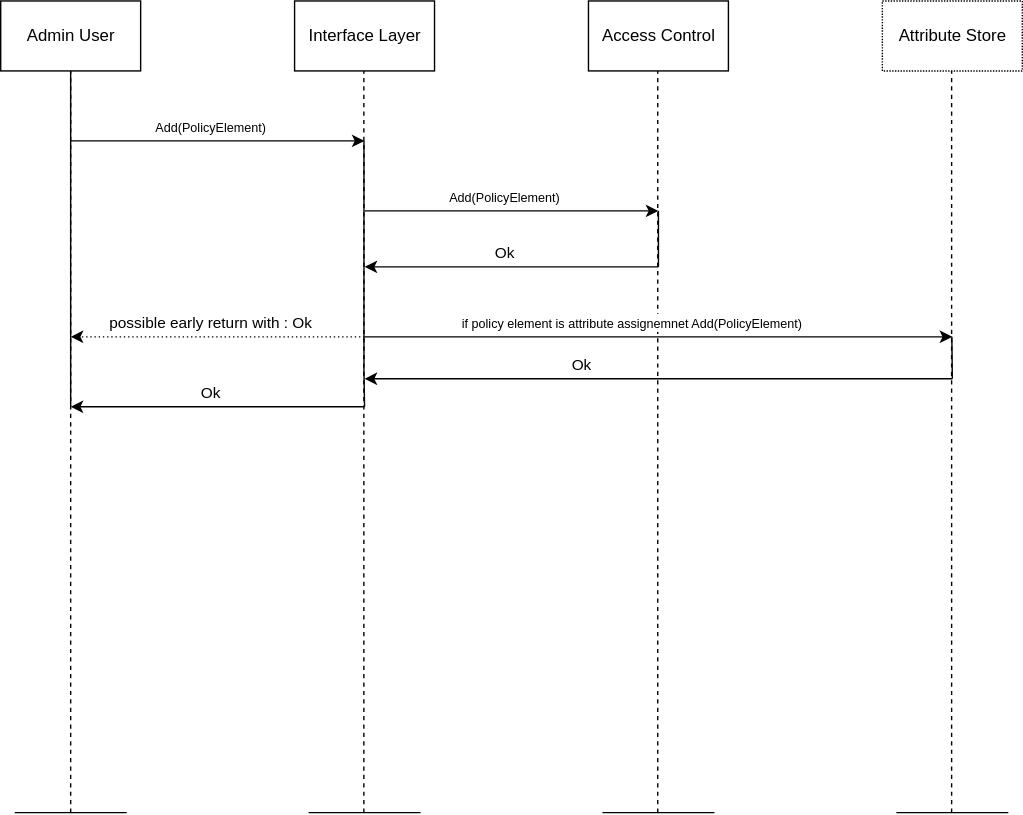
Earlier version of the draw.io export docs/design/system/add_policy_element.drawio.svg (ivajon/NGAC_ABE). Source tidied: cells renumbered, new cells last; positions are measured from the earlier drawing's top-left corner, leaving out a move shared by most shapes. Its diagram source:
```xml
<mxGraphModel>
  <root>
    <mxCell id="0" />
    <mxCell id="1" parent="0" />
    <mxCell id="2" value="Admin User" style="html=1;dashed=0;whitespace=wrap;" parent="1" vertex="1">
      <mxGeometry width="100" height="50" as="geometry" />
    </mxCell>
    <mxCell id="3" value="Access Control" style="html=1;dashed=0;whitespace=wrap;" parent="1" vertex="1">
      <mxGeometry x="420" width="100" height="50" as="geometry" />
    </mxCell>
    <mxCell id="4" value="Interface Layer" style="html=1;dashed=0;whitespace=wrap;" parent="1" vertex="1">
      <mxGeometry x="210" width="100" height="50" as="geometry" />
    </mxCell>
    <mxCell id="5" style="endArrow=none;html=1;" parent="1" edge="1">
      <mxGeometry relative="1" as="geometry">
        <mxPoint x="10" y="580" as="sourcePoint" />
        <mxPoint x="90" y="580" as="targetPoint" />
        <Array as="points">
          <mxPoint x="50" y="580" />
        </Array>
      </mxGeometry>
    </mxCell>
    <mxCell id="6" style="endArrow=none;html=1;" parent="1" edge="1">
      <mxGeometry relative="1" as="geometry">
        <mxPoint x="220" y="580" as="sourcePoint" />
        <mxPoint x="300" y="580" as="targetPoint" />
        <Array as="points">
          <mxPoint x="260" y="580" />
        </Array>
      </mxGeometry>
    </mxCell>
    <mxCell id="7" style="endArrow=none;html=1;" parent="1" edge="1">
      <mxGeometry relative="1" as="geometry">
        <mxPoint x="430" y="580" as="sourcePoint" />
        <mxPoint x="510" y="580" as="targetPoint" />
        <Array as="points">
          <mxPoint x="470" y="580" />
        </Array>
      </mxGeometry>
    </mxCell>
    <mxCell id="8" style="endArrow=none;dashed=1;html=1;entryX=0.5;entryY=1;entryDx=0;entryDy=0;" parent="1" edge="1" target="2">
      <mxGeometry relative="1" as="geometry">
        <mxPoint x="50" y="580" as="sourcePoint" />
      </mxGeometry>
    </mxCell>
    <mxCell id="9" style="endArrow=none;dashed=1;html=1;entryX=0.5;entryY=1;entryDx=0;entryDy=0;" parent="1" edge="1">
      <mxGeometry relative="1" as="geometry">
        <mxPoint x="259.5" y="580" as="sourcePoint" />
        <mxPoint x="259.5" y="50" as="targetPoint" />
      </mxGeometry>
    </mxCell>
    <mxCell id="10" style="endArrow=none;dashed=1;html=1;entryX=0.5;entryY=1;entryDx=0;entryDy=0;" parent="1" edge="1">
      <mxGeometry relative="1" as="geometry">
        <mxPoint x="469.5" y="580" as="sourcePoint" />
        <mxPoint x="469.5" y="50" as="targetPoint" />
      </mxGeometry>
    </mxCell>
    <mxCell id="11" style="endArrow=classic;html=1;" parent="1" edge="1">
      <mxGeometry relative="1" as="geometry">
        <mxPoint x="50" y="100" as="sourcePoint" />
        <mxPoint x="260" y="100" as="targetPoint" />
      </mxGeometry>
    </mxCell>
    <mxCell id="12" value="&lt;font style=&quot;font-size: 9px&quot;&gt;Add(PolicyElement)&lt;/font&gt;" style="edgeLabel;html=1;align=center;verticalAlign=middle;" parent="11" vertex="1">
      <mxGeometry x="-0.14" y="-4" relative="1" as="geometry">
        <mxPoint x="9" y="-14" as="offset" />
      </mxGeometry>
    </mxCell>
    <mxCell id="13" style="endArrow=none;html=1;" parent="1" edge="1">
      <mxGeometry relative="1" as="geometry">
        <mxPoint x="50" y="290" as="sourcePoint" />
        <mxPoint x="50" y="50" as="targetPoint" />
      </mxGeometry>
    </mxCell>
    <mxCell id="14" style="endArrow=none;html=1;" parent="1" edge="1">
      <mxGeometry relative="1" as="geometry">
        <mxPoint x="259.6" y="260" as="sourcePoint" />
        <mxPoint x="259.6" y="100" as="targetPoint" />
      </mxGeometry>
    </mxCell>
    <mxCell id="15" style="endArrow=classic;html=1;" parent="1" edge="1">
      <mxGeometry relative="1" as="geometry">
        <mxPoint x="260" y="150" as="sourcePoint" />
        <mxPoint x="470" y="150" as="targetPoint" />
      </mxGeometry>
    </mxCell>
    <mxCell id="16" value="&lt;font style=&quot;font-size: 9px&quot;&gt;Add(PolicyElement)&lt;/font&gt;" style="edgeLabel;html=1;align=center;verticalAlign=middle;" parent="15" vertex="1">
      <mxGeometry x="-0.14" y="-4" relative="1" as="geometry">
        <mxPoint x="9" y="-14" as="offset" />
      </mxGeometry>
    </mxCell>
    <mxCell id="17" style="endArrow=none;html=1;" parent="1" edge="1">
      <mxGeometry relative="1" as="geometry">
        <mxPoint x="470" y="190" as="sourcePoint" />
        <mxPoint x="470" y="150" as="targetPoint" />
      </mxGeometry>
    </mxCell>
    <mxCell id="18" style="endArrow=classic;html=1;" parent="1" edge="1">
      <mxGeometry relative="1" as="geometry">
        <mxPoint x="470" y="190" as="sourcePoint" />
        <mxPoint x="260" y="190" as="targetPoint" />
      </mxGeometry>
    </mxCell>
    <mxCell id="19" value="Ok" style="edgeLabel;html=1;align=center;verticalAlign=middle;" parent="18" vertex="1">
      <mxGeometry x="0.49" y="3" relative="1" as="geometry">
        <mxPoint x="46" y="-13" as="offset" />
      </mxGeometry>
    </mxCell>
    <mxCell id="20" style="endArrow=none;html=1;" parent="1" edge="1">
      <mxGeometry relative="1" as="geometry">
        <mxPoint x="260" y="290" as="sourcePoint" />
        <mxPoint x="259.5" y="260" as="targetPoint" />
      </mxGeometry>
    </mxCell>
    <mxCell id="21" value="Attribute Store" style="html=1;dashed=1;whitespace=wrap;dashPattern=1 1;" parent="1" vertex="1">
      <mxGeometry x="630" width="100" height="50" as="geometry" />
    </mxCell>
    <mxCell id="22" style="endArrow=none;html=1;" parent="1" edge="1">
      <mxGeometry relative="1" as="geometry">
        <mxPoint x="640" y="580" as="sourcePoint" />
        <mxPoint x="720" y="580" as="targetPoint" />
        <Array as="points">
          <mxPoint x="680" y="580" />
        </Array>
      </mxGeometry>
    </mxCell>
    <mxCell id="23" style="endArrow=none;dashed=1;html=1;entryX=0.5;entryY=1;entryDx=0;entryDy=0;" parent="1" edge="1">
      <mxGeometry relative="1" as="geometry">
        <mxPoint x="679.5" y="580" as="sourcePoint" />
        <mxPoint x="679.5" y="50" as="targetPoint" />
      </mxGeometry>
    </mxCell>
    <mxCell id="24" style="endArrow=classic;html=1;" parent="1" edge="1">
      <mxGeometry relative="1" as="geometry">
        <mxPoint x="260" y="240" as="sourcePoint" />
        <mxPoint x="680" y="240" as="targetPoint" />
      </mxGeometry>
    </mxCell>
    <mxCell id="25" value="&lt;font style=&quot;font-size: 9px&quot;&gt;if policy element is attribute assignemnet Add(PolicyElement)&lt;/font&gt;" style="edgeLabel;html=1;align=center;verticalAlign=middle;" parent="24" vertex="1">
      <mxGeometry x="-0.14" y="-4" relative="1" as="geometry">
        <mxPoint x="9" y="-14" as="offset" />
      </mxGeometry>
    </mxCell>
    <mxCell id="26" style="endArrow=classic;html=1;dashed=1;dashPattern=1 2;" parent="1" edge="1">
      <mxGeometry relative="1" as="geometry">
        <mxPoint x="260" y="240" as="sourcePoint" />
        <mxPoint x="50" y="240" as="targetPoint" />
      </mxGeometry>
    </mxCell>
    <mxCell id="27" value="possible early return with : Ok" style="edgeLabel;html=1;align=center;verticalAlign=middle;" parent="26" vertex="1">
      <mxGeometry x="0.49" y="3" relative="1" as="geometry">
        <mxPoint x="46" y="-13" as="offset" />
      </mxGeometry>
    </mxCell>
    <mxCell id="28" style="endArrow=classic;html=1;" parent="1" edge="1">
      <mxGeometry relative="1" as="geometry">
        <mxPoint x="680" y="270" as="sourcePoint" />
        <mxPoint x="260" y="270" as="targetPoint" />
      </mxGeometry>
    </mxCell>
    <mxCell id="29" value="Ok" style="edgeLabel;html=1;align=center;verticalAlign=middle;" parent="28" vertex="1">
      <mxGeometry x="0.49" y="3" relative="1" as="geometry">
        <mxPoint x="46" y="-13" as="offset" />
      </mxGeometry>
    </mxCell>
    <mxCell id="30" style="endArrow=none;html=1;" parent="1" edge="1">
      <mxGeometry relative="1" as="geometry">
        <mxPoint x="680" y="270" as="sourcePoint" />
        <mxPoint x="679.7" y="240" as="targetPoint" />
      </mxGeometry>
    </mxCell>
    <mxCell id="31" style="endArrow=classic;html=1;" parent="1" edge="1">
      <mxGeometry relative="1" as="geometry">
        <mxPoint x="260" y="290" as="sourcePoint" />
        <mxPoint x="50" y="290" as="targetPoint" />
      </mxGeometry>
    </mxCell>
    <mxCell id="32" value="Ok" style="edgeLabel;html=1;align=center;verticalAlign=middle;" parent="31" vertex="1">
      <mxGeometry x="0.49" y="3" relative="1" as="geometry">
        <mxPoint x="46" y="-13" as="offset" />
      </mxGeometry>
    </mxCell>
  </root>
</mxGraphModel>
```
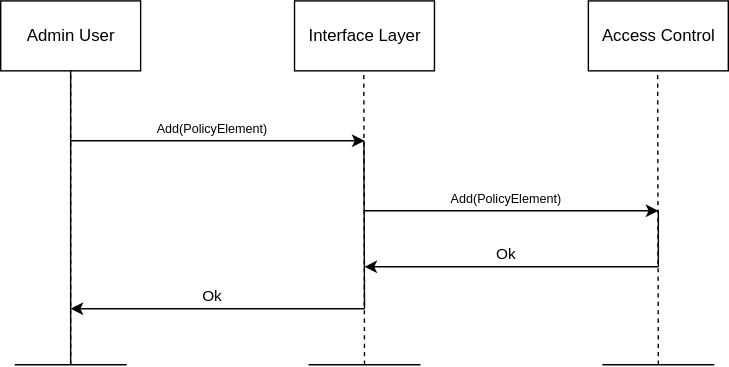
Above is the later version.

Change to the diagram source:
```diff
@@ -13,45 +13,45 @@
     </mxCell>
     <mxCell id="5" style="endArrow=none;html=1;" parent="1" edge="1">
       <mxGeometry relative="1" as="geometry">
-        <mxPoint x="10" y="580" as="sourcePoint" />
-        <mxPoint x="90" y="580" as="targetPoint" />
+        <mxPoint x="10" y="260" as="sourcePoint" />
+        <mxPoint x="90" y="260" as="targetPoint" />
         <Array as="points">
-          <mxPoint x="50" y="580" />
+          <mxPoint x="50" y="260" />
         </Array>
       </mxGeometry>
     </mxCell>
     <mxCell id="6" style="endArrow=none;html=1;" parent="1" edge="1">
       <mxGeometry relative="1" as="geometry">
-        <mxPoint x="220" y="580" as="sourcePoint" />
-        <mxPoint x="300" y="580" as="targetPoint" />
+        <mxPoint x="220" y="260" as="sourcePoint" />
+        <mxPoint x="300" y="260" as="targetPoint" />
         <Array as="points">
-          <mxPoint x="260" y="580" />
+          <mxPoint x="260" y="260" />
         </Array>
       </mxGeometry>
     </mxCell>
     <mxCell id="7" style="endArrow=none;html=1;" parent="1" edge="1">
       <mxGeometry relative="1" as="geometry">
-        <mxPoint x="430" y="580" as="sourcePoint" />
-        <mxPoint x="510" y="580" as="targetPoint" />
+        <mxPoint x="430" y="260" as="sourcePoint" />
+        <mxPoint x="510" y="260" as="targetPoint" />
         <Array as="points">
-          <mxPoint x="470" y="580" />
+          <mxPoint x="470" y="260" />
         </Array>
       </mxGeometry>
     </mxCell>
     <mxCell id="8" style="endArrow=none;dashed=1;html=1;entryX=0.5;entryY=1;entryDx=0;entryDy=0;" parent="1" edge="1" target="2">
       <mxGeometry relative="1" as="geometry">
-        <mxPoint x="50" y="580" as="sourcePoint" />
+        <mxPoint x="50" y="260" as="sourcePoint" />
       </mxGeometry>
     </mxCell>
     <mxCell id="9" style="endArrow=none;dashed=1;html=1;entryX=0.5;entryY=1;entryDx=0;entryDy=0;" parent="1" edge="1">
       <mxGeometry relative="1" as="geometry">
-        <mxPoint x="259.5" y="580" as="sourcePoint" />
+        <mxPoint x="260" y="260" as="sourcePoint" />
         <mxPoint x="259.5" y="50" as="targetPoint" />
       </mxGeometry>
     </mxCell>
     <mxCell id="10" style="endArrow=none;dashed=1;html=1;entryX=0.5;entryY=1;entryDx=0;entryDy=0;" parent="1" edge="1">
       <mxGeometry relative="1" as="geometry">
-        <mxPoint x="469.5" y="580" as="sourcePoint" />
+        <mxPoint x="470" y="260" as="sourcePoint" />
         <mxPoint x="469.5" y="50" as="targetPoint" />
       </mxGeometry>
     </mxCell>
@@ -68,13 +68,13 @@
     </mxCell>
     <mxCell id="13" style="endArrow=none;html=1;" parent="1" edge="1">
       <mxGeometry relative="1" as="geometry">
-        <mxPoint x="50" y="290" as="sourcePoint" />
+        <mxPoint x="50" y="260" as="sourcePoint" />
         <mxPoint x="50" y="50" as="targetPoint" />
       </mxGeometry>
     </mxCell>
     <mxCell id="14" style="endArrow=none;html=1;" parent="1" edge="1">
       <mxGeometry relative="1" as="geometry">
-        <mxPoint x="259.6" y="260" as="sourcePoint" />
+        <mxPoint x="260" y="220" as="sourcePoint" />
         <mxPoint x="259.6" y="100" as="targetPoint" />
       </mxGeometry>
     </mxCell>
@@ -106,73 +106,10 @@
         <mxPoint x="46" y="-13" as="offset" />
       </mxGeometry>
     </mxCell>
-    <mxCell id="20" style="endArrow=none;html=1;" parent="1" edge="1">
-      <mxGeometry relative="1" as="geometry">
-        <mxPoint x="260" y="290" as="sourcePoint" />
-        <mxPoint x="259.5" y="260" as="targetPoint" />
-      </mxGeometry>
-    </mxCell>
-    <mxCell id="21" value="Attribute Store" style="html=1;dashed=1;whitespace=wrap;dashPattern=1 1;" parent="1" vertex="1">
-      <mxGeometry x="630" width="100" height="50" as="geometry" />
-    </mxCell>
-    <mxCell id="22" style="endArrow=none;html=1;" parent="1" edge="1">
-      <mxGeometry relative="1" as="geometry">
-        <mxPoint x="640" y="580" as="sourcePoint" />
-        <mxPoint x="720" y="580" as="targetPoint" />
-        <Array as="points">
-          <mxPoint x="680" y="580" />
-        </Array>
-      </mxGeometry>
-    </mxCell>
-    <mxCell id="23" style="endArrow=none;dashed=1;html=1;entryX=0.5;entryY=1;entryDx=0;entryDy=0;" parent="1" edge="1">
-      <mxGeometry relative="1" as="geometry">
-        <mxPoint x="679.5" y="580" as="sourcePoint" />
-        <mxPoint x="679.5" y="50" as="targetPoint" />
-      </mxGeometry>
-    </mxCell>
-    <mxCell id="24" style="endArrow=classic;html=1;" parent="1" edge="1">
-      <mxGeometry relative="1" as="geometry">
-        <mxPoint x="260" y="240" as="sourcePoint" />
-        <mxPoint x="680" y="240" as="targetPoint" />
-      </mxGeometry>
-    </mxCell>
-    <mxCell id="25" value="&lt;font style=&quot;font-size: 9px&quot;&gt;if policy element is attribute assignemnet Add(PolicyElement)&lt;/font&gt;" style="edgeLabel;html=1;align=center;verticalAlign=middle;" parent="24" vertex="1">
-      <mxGeometry x="-0.14" y="-4" relative="1" as="geometry">
-        <mxPoint x="9" y="-14" as="offset" />
-      </mxGeometry>
-    </mxCell>
-    <mxCell id="26" style="endArrow=classic;html=1;dashed=1;dashPattern=1 2;" parent="1" edge="1">
-      <mxGeometry relative="1" as="geometry">
-        <mxPoint x="260" y="240" as="sourcePoint" />
-        <mxPoint x="50" y="240" as="targetPoint" />
-      </mxGeometry>
-    </mxCell>
-    <mxCell id="27" value="possible early return with : Ok" style="edgeLabel;html=1;align=center;verticalAlign=middle;" parent="26" vertex="1">
-      <mxGeometry x="0.49" y="3" relative="1" as="geometry">
-        <mxPoint x="46" y="-13" as="offset" />
-      </mxGeometry>
-    </mxCell>
-    <mxCell id="28" style="endArrow=classic;html=1;" parent="1" edge="1">
-      <mxGeometry relative="1" as="geometry">
-        <mxPoint x="680" y="270" as="sourcePoint" />
-        <mxPoint x="260" y="270" as="targetPoint" />
-      </mxGeometry>
-    </mxCell>
-    <mxCell id="29" value="Ok" style="edgeLabel;html=1;align=center;verticalAlign=middle;" parent="28" vertex="1">
-      <mxGeometry x="0.49" y="3" relative="1" as="geometry">
-        <mxPoint x="46" y="-13" as="offset" />
-      </mxGeometry>
-    </mxCell>
-    <mxCell id="30" style="endArrow=none;html=1;" parent="1" edge="1">
-      <mxGeometry relative="1" as="geometry">
-        <mxPoint x="680" y="270" as="sourcePoint" />
-        <mxPoint x="679.7" y="240" as="targetPoint" />
-      </mxGeometry>
-    </mxCell>
     <mxCell id="31" style="endArrow=classic;html=1;" parent="1" edge="1">
       <mxGeometry relative="1" as="geometry">
-        <mxPoint x="260" y="290" as="sourcePoint" />
-        <mxPoint x="50" y="290" as="targetPoint" />
+        <mxPoint x="260" y="220" as="sourcePoint" />
+        <mxPoint x="50" y="220" as="targetPoint" />
       </mxGeometry>
     </mxCell>
     <mxCell id="32" value="Ok" style="edgeLabel;html=1;align=center;verticalAlign=middle;" parent="31" vertex="1">
```
